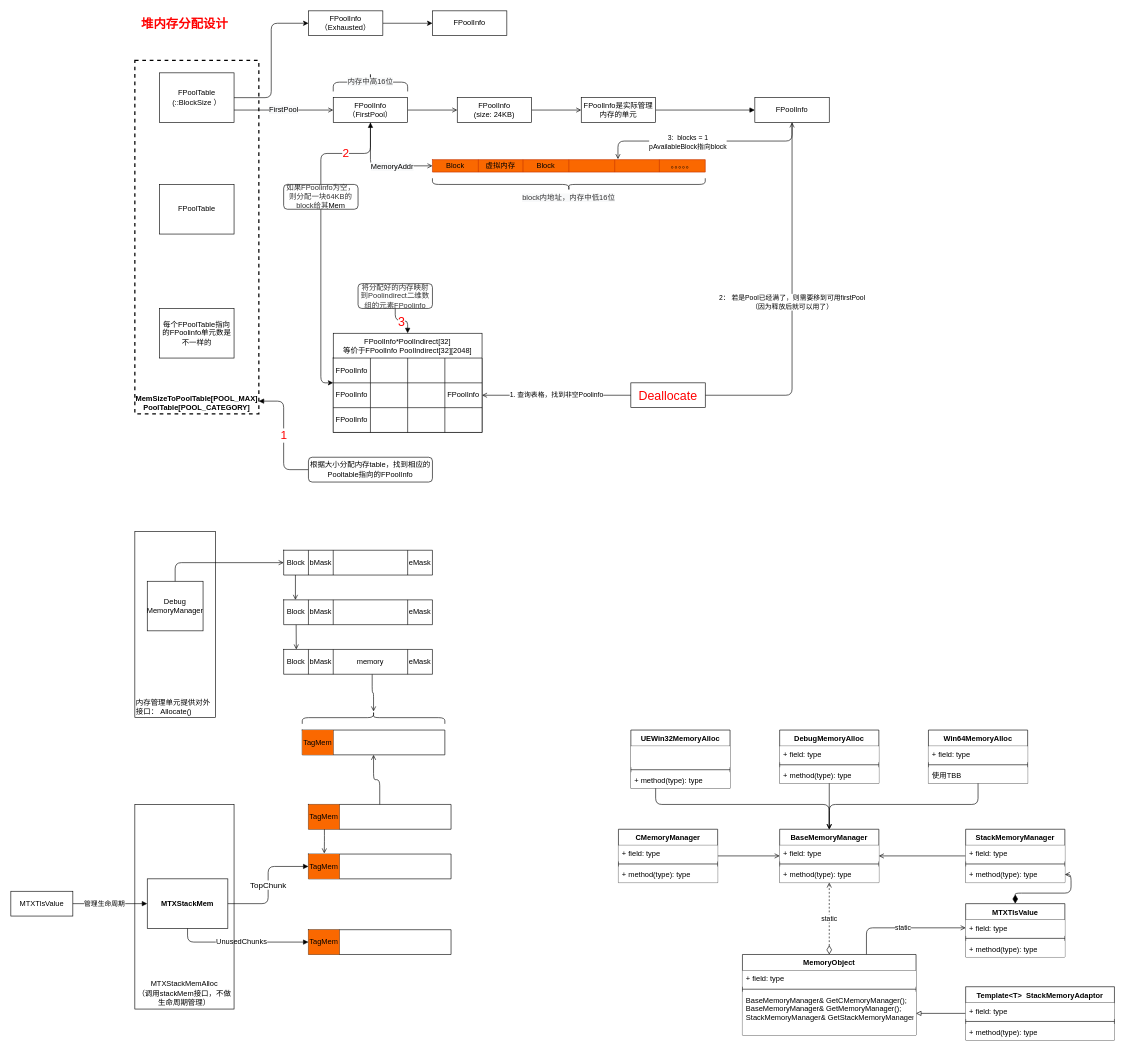
The draw.io diagram Doc/ArchitecturalDesign/MatrixEngine内存管理分析图.drawio in Matrix-Ke/MatrixEngine, before the edit. Source tidied: cells renumbered, new cells numbered last; positions are measured from the earlier drawing's top-left corner, leaving out a move shared by most shapes. Both pictures are drawn from the tidied source at 62%, with x=0, y=0 at pixel (11, 11).
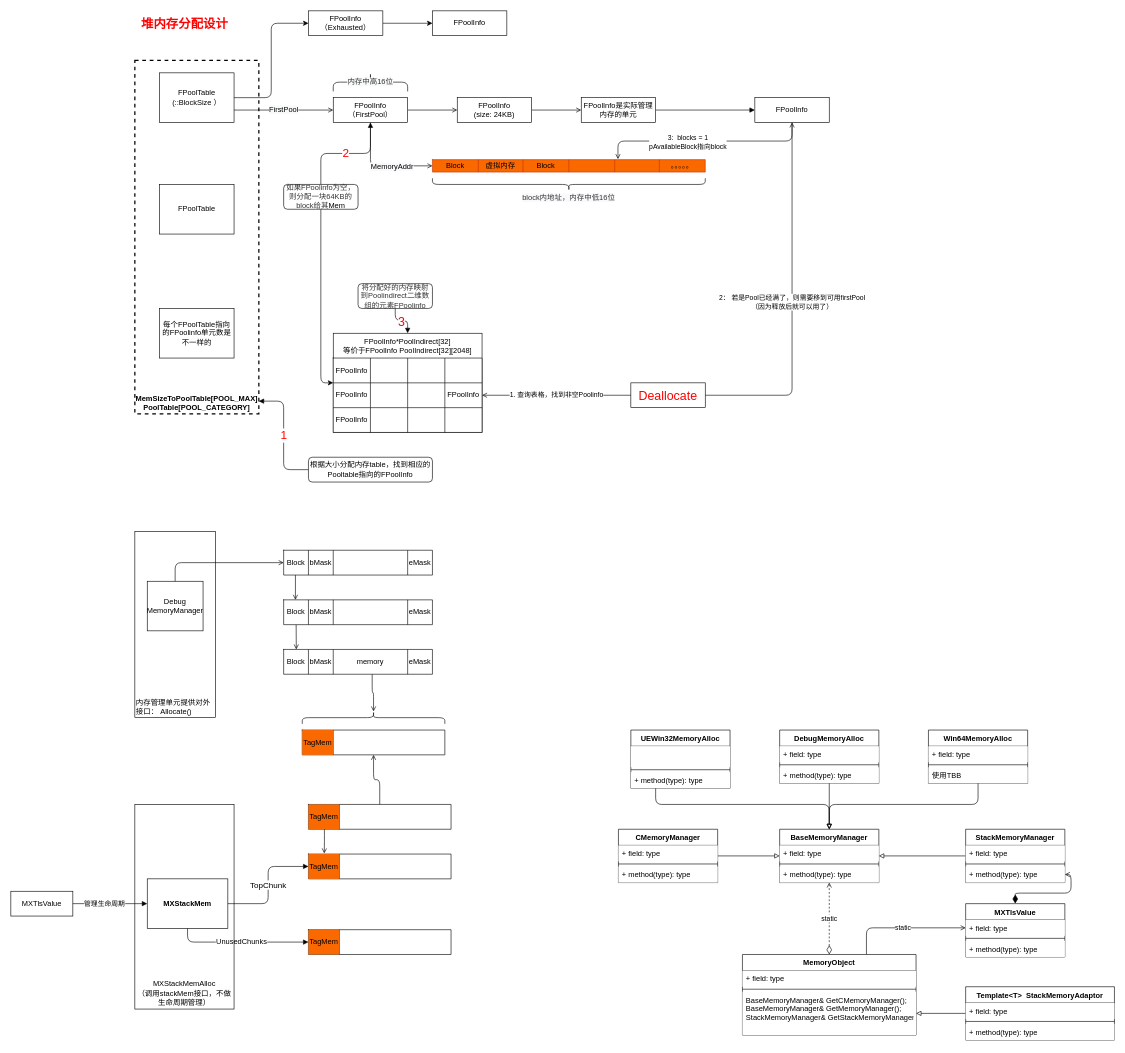
After the change.

The change refers to these unchanged cells:
```xml
<mxCell id="81" value="UEWin32MemoryAlloc" style="swimlane;fontStyle=1;align=center;verticalAlign=top;horizontal=1;startSize=26;" parent="1" vertex="1">
  <mxGeometry x="1000" y="1160" width="160" height="94" as="geometry" />
</mxCell>
<mxCell id="86" value="StackMemoryManager" style="swimlane;fontStyle=1;align=center;verticalAlign=top;horizontal=1;startSize=26;" parent="1" vertex="1">
  <mxGeometry x="1540" y="1320" width="160" height="86" as="geometry" />
</mxCell>
<mxCell id="91" value="CMemoryManager" style="swimlane;fontStyle=1;align=center;verticalAlign=top;horizontal=1;startSize=26;" parent="1" vertex="1">
  <mxGeometry x="980" y="1320" width="160" height="86" as="geometry" />
</mxCell>
<mxCell id="95" value="DebugMemoryAlloc" style="swimlane;fontStyle=1;align=center;verticalAlign=top;horizontal=1;startSize=26;" parent="1" vertex="1">
  <mxGeometry x="1240" y="1160" width="160" height="86" as="geometry" />
</mxCell>
<mxCell id="99" value="Win64MemoryAlloc" style="swimlane;fontStyle=1;align=center;verticalAlign=top;horizontal=1;startSize=26;" parent="1" vertex="1">
  <mxGeometry x="1480" y="1160" width="160" height="86" as="geometry" />
</mxCell>
<mxCell id="106" value="BaseMemoryManager" style="swimlane;fontStyle=1;align=center;verticalAlign=top;horizontal=1;startSize=26;" parent="1" vertex="1">
  <mxGeometry x="1240" y="1320" width="160" height="86" as="geometry" />
</mxCell>
```

Diff of the diagram source:
```diff
@@
-    <mxCell id="65" value="&lt;span style=&quot;font-size: 12px&quot;&gt;MTXStackMemAlloc&lt;br&gt;（调用stackMem接口，不做生命周期管理）&lt;br&gt;&lt;/span&gt;" style="rounded=0;whiteSpace=wrap;html=1;fontSize=13;fontColor=default;fillColor=none;fontStyle=0;verticalAlign=bottom;" parent="1" vertex="1">
+    <mxCell id="65" value="&lt;span style=&quot;font-size: 12px&quot;&gt;MXStackMemAlloc&lt;br&gt;（调用stackMem接口，不做生命周期管理）&lt;br&gt;&lt;/span&gt;" style="rounded=0;whiteSpace=wrap;html=1;fontSize=13;fontColor=default;fillColor=none;fontStyle=0;verticalAlign=bottom;" parent="1" vertex="1">
       <mxGeometry x="200" y="1280" width="160" height="330" as="geometry" />
     </mxCell>
-    <mxCell id="66" value="MTXStackMem" style="rounded=0;whiteSpace=wrap;html=1;fontSize=12;fontColor=default;fillColor=none;fontStyle=1;" parent="1" vertex="1">
+    <mxCell id="66" value="MXStackMem" style="rounded=0;whiteSpace=wrap;html=1;fontSize=12;fontColor=default;fillColor=none;fontStyle=1;" parent="1" vertex="1">
       <mxGeometry x="220" y="1400" width="130" height="80" as="geometry" />
     </mxCell>
@@
-    <mxCell id="69" value="MTXTlsValue" style="rounded=0;whiteSpace=wrap;html=1;fontSize=12;fontColor=default;fillColor=none;fontStyle=0;" parent="1" vertex="1">
+    <mxCell id="69" value="MXTlsValue" style="rounded=0;whiteSpace=wrap;html=1;fontSize=12;fontColor=default;fillColor=none;fontStyle=0;" parent="1" vertex="1">
       <mxGeometry y="1420" width="100" height="40" as="geometry" />
     </mxCell>
@@
-    <mxCell id="85" style="edgeStyle=orthogonalEdgeStyle;html=1;startArrow=none;startFill=0;endArrow=open;endFill=0;startSize=12;endSize=6;entryX=1;entryY=0.5;entryDx=0;entryDy=0;" parent="1" edge="1" source="86" target="106">
+    <mxCell id="85" style="edgeStyle=orthogonalEdgeStyle;html=1;startArrow=none;startFill=0;endArrow=block;endFill=0;startSize=12;endSize=6;entryX=1;entryY=0.5;entryDx=0;entryDy=0;" parent="1" edge="1" source="86" target="106">
       <mxGeometry relative="1" as="geometry" />
     </mxCell>
@@
-    <mxCell id="90" style="edgeStyle=orthogonalEdgeStyle;html=1;startArrow=none;startFill=0;endArrow=open;endFill=0;startSize=12;endSize=6;entryDx=0;entryDy=0;" parent="1" edge="1" source="91" target="106">
+    <mxCell id="90" style="edgeStyle=orthogonalEdgeStyle;html=1;startArrow=none;startFill=0;endArrow=block;endFill=0;startSize=12;endSize=6;entryDx=0;entryDy=0;" parent="1" edge="1" source="91" target="106">
       <mxGeometry relative="1" as="geometry" />
     </mxCell>
@@
-    <mxCell id="103" style="edgeStyle=orthogonalEdgeStyle;html=1;startArrow=none;startFill=0;endArrow=open;endFill=0;startSize=12;endSize=6;exitX=0.25;exitY=1;exitDx=0;exitDy=0;" parent="1" edge="1" source="81" target="106">
+    <mxCell id="103" style="edgeStyle=orthogonalEdgeStyle;html=1;startArrow=none;startFill=0;endArrow=block;endFill=0;startSize=12;endSize=6;exitX=0.25;exitY=1;exitDx=0;exitDy=0;" parent="1" edge="1" source="81" target="106">
       <mxGeometry relative="1" as="geometry">
         <Array as="points">
           <mxPoint x="1040" y="1280" />
           <mxPoint x="1320" y="1280" />
         </Array>
       </mxGeometry>
     </mxCell>
-    <mxCell id="104" style="edgeStyle=orthogonalEdgeStyle;html=1;startArrow=none;startFill=0;endArrow=open;endFill=0;startSize=12;endSize=6;exitX=0.5;exitY=1;exitDx=0;exitDy=0;" parent="1" edge="1" source="99" target="106">
+    <mxCell id="104" style="edgeStyle=orthogonalEdgeStyle;html=1;startArrow=none;startFill=0;endArrow=block;endFill=0;startSize=12;endSize=6;exitX=0.5;exitY=1;exitDx=0;exitDy=0;" parent="1" edge="1" source="99" target="106">
       <mxGeometry relative="1" as="geometry">
         <Array as="points">
           <mxPoint x="1560" y="1280" />
           <mxPoint x="1320" y="1280" />
         </Array>
       </mxGeometry>
     </mxCell>
-    <mxCell id="105" style="edgeStyle=orthogonalEdgeStyle;html=1;startArrow=none;startFill=0;endArrow=open;endFill=0;startSize=12;endSize=6;exitX=0.5;exitY=1;exitDx=0;exitDy=0;" parent="1" edge="1" source="95" target="106">
+    <mxCell id="105" style="edgeStyle=orthogonalEdgeStyle;html=1;startArrow=none;startFill=0;endArrow=block;endFill=0;startSize=12;endSize=6;exitX=0.5;exitY=1;exitDx=0;exitDy=0;" parent="1" edge="1" source="95" target="106">
       <mxGeometry relative="1" as="geometry" />
     </mxCell>
@@
-    <mxCell id="111" value="MTXTlsValue" style="swimlane;fontStyle=1;align=center;verticalAlign=top;horizontal=1;startSize=26;" parent="1" vertex="1">
+    <mxCell id="111" value="MXTlsValue" style="swimlane;fontStyle=1;align=center;verticalAlign=top;horizontal=1;startSize=26;" parent="1" vertex="1">
       <mxGeometry x="1540" y="1440" width="160" height="86" as="geometry" />
     </mxCell>
```
